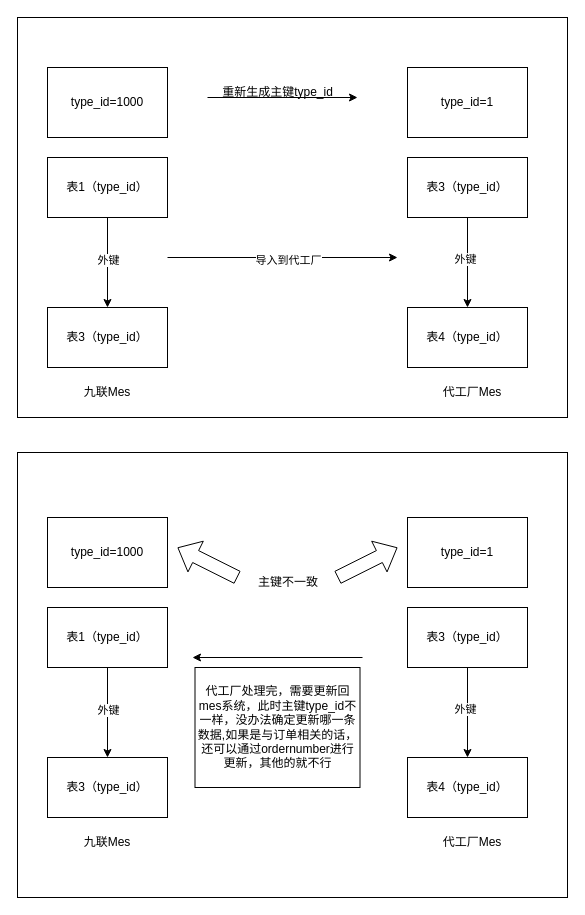
jinjianpacong/git_study keeps this draw.io diagram as 未命名绘图.drawio. Above is the earlier version. Source tidied: cells renumbered, new cells numbered last; positions are measured from the earlier drawing's top-left corner, leaving out a move shared by most shapes. Both pictures are drawn from the tidied source at 100%, with x=0, y=0 at pixel (17, 17).
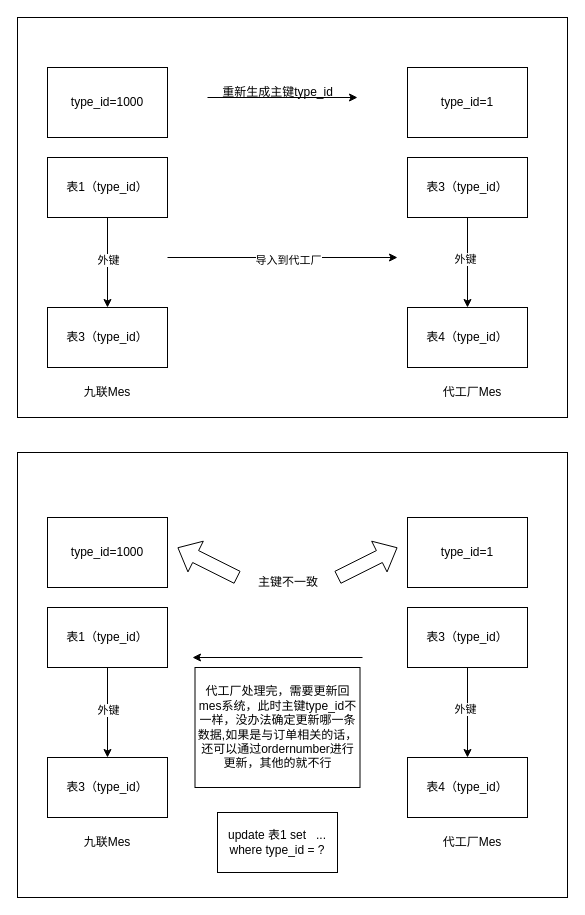
After the change.

Commit message (it also covers changes not shown here):
更新未命名绘图.drawio

The edit, as a diff of the source:
```diff
@@
+    <mxCell id="37" value="update 表1 set&amp;nbsp; &amp;nbsp;... where type_id = ?" style="rounded=0;whiteSpace=wrap;html=1;" parent="1" vertex="1">
+      <mxGeometry x="200" y="795" width="120" height="60" as="geometry" />
+    </mxCell>
```
